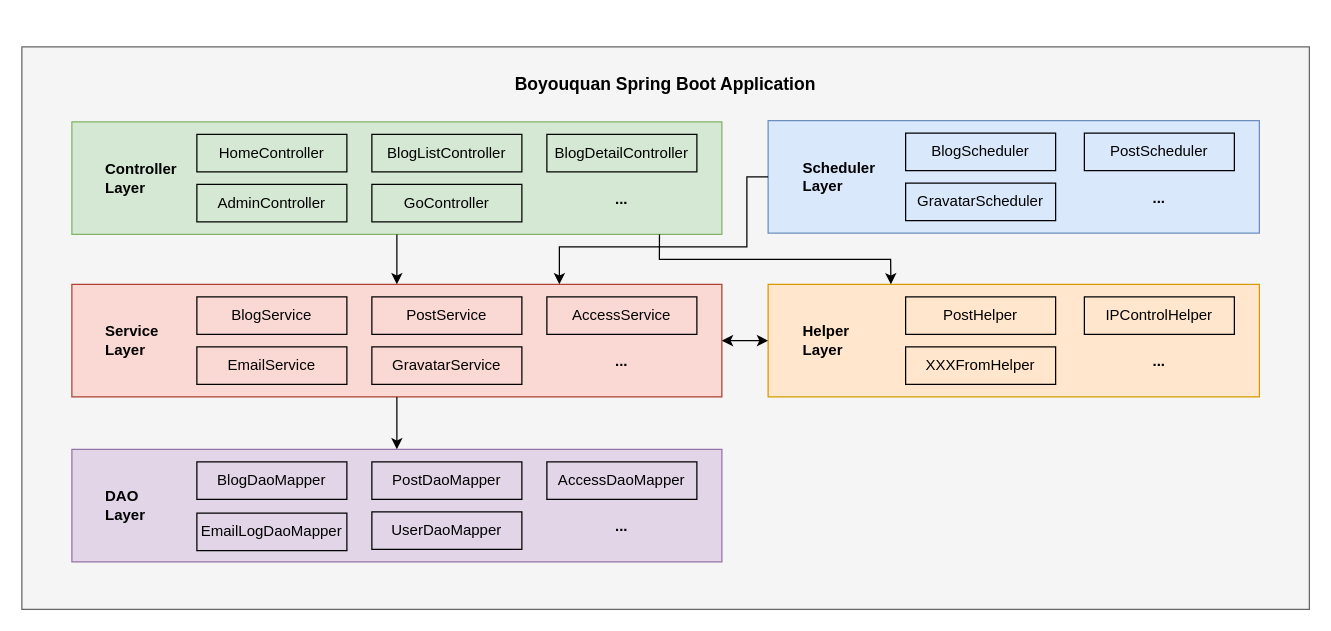
leileiluoluo/leileiluoluo.github.io keeps this draw.io diagram as page "application-architecture" (2 of 2) of static/images/uploads/2024/04/boyouquan.drawio. Above is the earlier version. Source tidied: cells renumbered, new cells numbered last; positions are measured from the earlier drawing's top-left corner, leaving out a move shared by most shapes. Both pictures are drawn from the tidied source at 125%, with x=0, y=0 at pixel (21, 46).
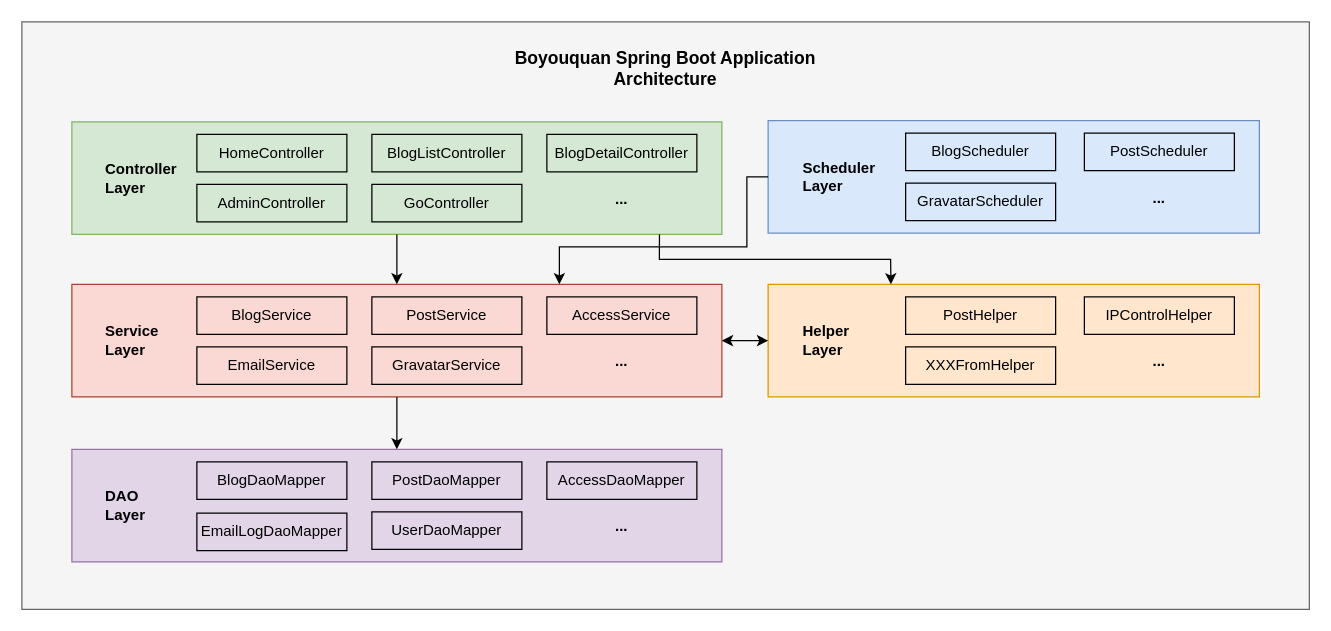
The same page after the edit.

Diff of the diagram source:
```diff
@@
     <mxCell id="2" style="rounded=0;whiteSpace=wrap;html=1;fillColor=#f5f5f5;strokeColor=#666666;fontColor=#333333;" parent="1" vertex="1">
-      <mxGeometry width="1030" height="450" as="geometry" />
+      <mxGeometry y="-20" width="1030" height="470" as="geometry" />
     </mxCell>
@@
-    <mxCell id="4" value="Boyouquan Spring Boot Application" style="text;html=1;align=center;verticalAlign=middle;whiteSpace=wrap;rounded=0;fontStyle=1;fontSize=14;" parent="1" vertex="1">
-      <mxGeometry x="380" y="15" width="270" height="30" as="geometry" />
+    <mxCell id="4" value="Boyouquan Spring Boot Application Architecture" style="text;html=1;align=center;verticalAlign=middle;whiteSpace=wrap;rounded=0;fontStyle=1;fontSize=14;" parent="1" vertex="1">
+      <mxGeometry x="380" y="2" width="270" height="30" as="geometry" />
     </mxCell>
```
